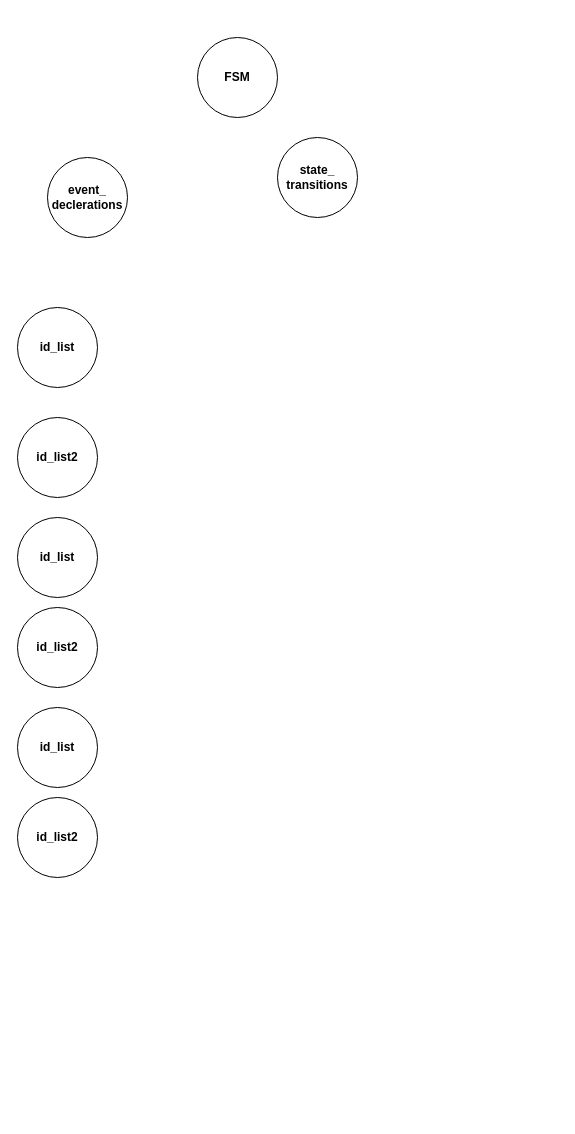
LucRome/Automaten keeps this draw.io diagram as ParserTree.drawio. Above is the earlier version. Source tidied: cells renumbered, new cells numbered last; positions are measured from the earlier drawing's top-left corner, leaving out a move shared by most shapes. Both pictures are drawn from the tidied source at 100%, with x=0, y=0 at pixel (17, 37).
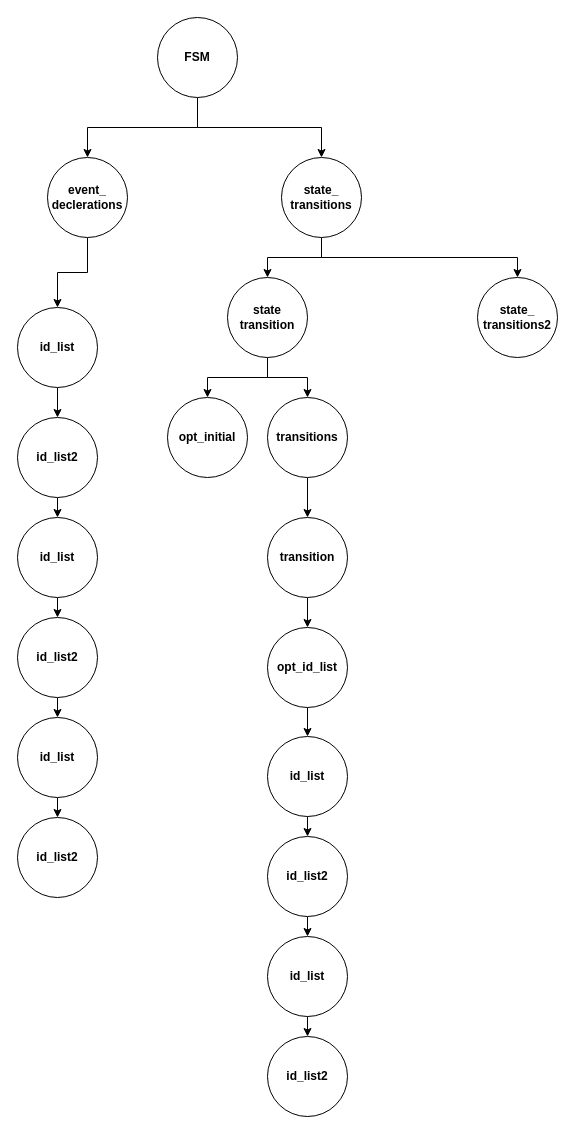
Above is the later version.

The change refers to these unchanged cells:
```xml
<mxCell id="3" value="event_&lt;br&gt;declerations" style="ellipse;whiteSpace=wrap;html=1;fontStyle=1;" parent="1" vertex="1">
  <mxGeometry x="30" y="120" width="80" height="80" as="geometry" />
</mxCell>
<mxCell id="5" value="id_list" style="ellipse;whiteSpace=wrap;html=1;fontStyle=1;" parent="1" vertex="1">
  <mxGeometry y="270" width="80" height="80" as="geometry" />
</mxCell>
<mxCell id="6" value="id_list2" style="ellipse;whiteSpace=wrap;html=1;fontStyle=1;" parent="1" vertex="1">
  <mxGeometry y="380" width="80" height="80" as="geometry" />
</mxCell>
<mxCell id="7" value="id_list" style="ellipse;whiteSpace=wrap;html=1;fontStyle=1;" parent="1" vertex="1">
  <mxGeometry y="480" width="80" height="80" as="geometry" />
</mxCell>
```

What changed in the source:
```diff
@@
+    <mxCell id="11" style="edgeStyle=orthogonalEdgeStyle;rounded=0;jettySize=auto;html=1;exitX=0.5;exitY=1;exitDx=0;exitDy=0;entryX=0.5;entryY=0;entryDx=0;entryDy=0;" parent="1" edge="1" source="2" target="3">
+      <mxGeometry relative="1" as="geometry" />
+    </mxCell>
+    <mxCell id="12" style="edgeStyle=orthogonalEdgeStyle;rounded=0;jettySize=auto;html=1;exitX=0.5;exitY=1;exitDx=0;exitDy=0;entryX=0.5;entryY=0;entryDx=0;entryDy=0;" parent="1" edge="1" source="2" target="4">
+      <mxGeometry relative="1" as="geometry" />
+    </mxCell>
     <mxCell id="2" value="FSM" style="ellipse;whiteSpace=wrap;html=1;fontStyle=1;" parent="1" vertex="1">
-      <mxGeometry x="180" width="80" height="80" as="geometry" />
+      <mxGeometry x="140" y="-20" width="80" height="80" as="geometry" />
     </mxCell>
+    <mxCell id="13" style="edgeStyle=orthogonalEdgeStyle;rounded=0;jettySize=auto;html=1;exitX=0.5;exitY=1;exitDx=0;exitDy=0;entryX=0.5;entryY=0;entryDx=0;entryDy=0;" parent="1" edge="1" source="3" target="5">
+      <mxGeometry relative="1" as="geometry" />
+    </mxCell>
@@
+    <mxCell id="14" style="edgeStyle=orthogonalEdgeStyle;rounded=0;jettySize=auto;html=1;exitX=0.5;exitY=1;exitDx=0;exitDy=0;entryX=0.5;entryY=0;entryDx=0;entryDy=0;" parent="1" edge="1" source="4" target="23">
+      <mxGeometry relative="1" as="geometry" />
+    </mxCell>
+    <mxCell id="15" style="edgeStyle=orthogonalEdgeStyle;rounded=0;jettySize=auto;html=1;exitX=0.5;exitY=1;exitDx=0;exitDy=0;" parent="1" edge="1" source="4" target="24">
+      <mxGeometry relative="1" as="geometry" />
+    </mxCell>
     <mxCell id="4" value="state_&lt;br&gt;transitions" style="ellipse;whiteSpace=wrap;html=1;fontStyle=1;" parent="1" vertex="1">
-      <mxGeometry x="260" y="100" width="80" height="80" as="geometry" />
+      <mxGeometry x="264" y="120" width="80" height="80" as="geometry" />
     </mxCell>
+    <mxCell id="16" style="edgeStyle=orthogonalEdgeStyle;rounded=0;jettySize=auto;html=1;" parent="1" edge="1" source="5" target="6">
+      <mxGeometry relative="1" as="geometry" />
+    </mxCell>
@@
+    <mxCell id="17" style="edgeStyle=orthogonalEdgeStyle;rounded=0;jettySize=auto;html=1;exitX=0.5;exitY=1;exitDx=0;exitDy=0;entryX=0.5;entryY=0;entryDx=0;entryDy=0;" parent="1" edge="1" source="6" target="7">
+      <mxGeometry relative="1" as="geometry" />
+    </mxCell>
@@
+    <mxCell id="18" style="edgeStyle=orthogonalEdgeStyle;rounded=0;jettySize=auto;html=1;exitX=0.5;exitY=1;exitDx=0;exitDy=0;entryX=0.5;entryY=0;entryDx=0;entryDy=0;" parent="1" edge="1" source="7" target="9">
+      <mxGeometry relative="1" as="geometry" />
+    </mxCell>
@@
+    <mxCell id="19" style="edgeStyle=orthogonalEdgeStyle;rounded=0;jettySize=auto;html=1;exitX=0.5;exitY=1;exitDx=0;exitDy=0;entryX=0.5;entryY=0;entryDx=0;entryDy=0;" parent="1" edge="1" source="8" target="10">
+      <mxGeometry relative="1" as="geometry" />
+    </mxCell>
     <mxCell id="8" value="id_list" style="ellipse;whiteSpace=wrap;html=1;fontStyle=1;" parent="1" vertex="1">
-      <mxGeometry y="670" width="80" height="80" as="geometry" />
+      <mxGeometry y="680" width="80" height="80" as="geometry" />
     </mxCell>
+    <mxCell id="20" style="edgeStyle=orthogonalEdgeStyle;rounded=0;jettySize=auto;html=1;exitX=0.5;exitY=1;exitDx=0;exitDy=0;entryX=0.5;entryY=0;entryDx=0;entryDy=0;" parent="1" edge="1" source="9" target="8">
+      <mxGeometry relative="1" as="geometry" />
+    </mxCell>
     <mxCell id="9" value="id_list2" style="ellipse;whiteSpace=wrap;html=1;fontStyle=1;" parent="1" vertex="1">
-      <mxGeometry y="570" width="80" height="80" as="geometry" />
+      <mxGeometry y="580" width="80" height="80" as="geometry" />
     </mxCell>
     <mxCell id="10" value="id_list2" style="ellipse;whiteSpace=wrap;html=1;fontStyle=1;" parent="1" vertex="1">
-      <mxGeometry y="760" width="80" height="80" as="geometry" />
+      <mxGeometry y="780" width="80" height="80" as="geometry" />
     </mxCell>
+    <mxCell id="21" style="edgeStyle=orthogonalEdgeStyle;rounded=0;jettySize=auto;html=1;exitX=0.5;exitY=1;exitDx=0;exitDy=0;" parent="1" edge="1" source="23" target="25">
+      <mxGeometry relative="1" as="geometry" />
+    </mxCell>
+    <mxCell id="22" style="edgeStyle=orthogonalEdgeStyle;rounded=0;jettySize=auto;html=1;exitX=0.5;exitY=1;exitDx=0;exitDy=0;entryX=0.5;entryY=0;entryDx=0;entryDy=0;" parent="1" edge="1" source="23" target="27">
+      <mxGeometry relative="1" as="geometry" />
+    </mxCell>
+    <mxCell id="23" value="state&lt;br&gt;transition" style="ellipse;whiteSpace=wrap;html=1;fontStyle=1;" parent="1" vertex="1">
+      <mxGeometry x="210" y="240" width="80" height="80" as="geometry" />
+    </mxCell>
+    <mxCell id="24" value="state_&lt;br&gt;transitions2" style="ellipse;whiteSpace=wrap;html=1;fontStyle=1;" parent="1" vertex="1">
+      <mxGeometry x="460" y="240" width="80" height="80" as="geometry" />
+    </mxCell>
+    <mxCell id="25" value="opt_initial" style="ellipse;whiteSpace=wrap;html=1;fontStyle=1;" parent="1" vertex="1">
+      <mxGeometry x="150" y="360" width="80" height="80" as="geometry" />
+    </mxCell>
+    <mxCell id="26" style="edgeStyle=orthogonalEdgeStyle;rounded=0;jettySize=auto;html=1;exitX=0.5;exitY=1;exitDx=0;exitDy=0;entryX=0.5;entryY=0;entryDx=0;entryDy=0;" parent="1" edge="1" source="27" target="29">
+      <mxGeometry relative="1" as="geometry" />
+    </mxCell>
+    <mxCell id="27" value="transitions" style="ellipse;whiteSpace=wrap;html=1;fontStyle=1;" parent="1" vertex="1">
+      <mxGeometry x="250" y="360" width="80" height="80" as="geometry" />
+    </mxCell>
+    <mxCell id="28" style="edgeStyle=orthogonalEdgeStyle;rounded=0;jettySize=auto;html=1;exitX=0.5;exitY=1;exitDx=0;exitDy=0;entryX=0.5;entryY=0;entryDx=0;entryDy=0;" parent="1" edge="1" source="29" target="31">
+      <mxGeometry relative="1" as="geometry" />
+    </mxCell>
+    <mxCell id="29" value="transition" style="ellipse;whiteSpace=wrap;html=1;fontStyle=1;" parent="1" vertex="1">
+      <mxGeometry x="250" y="480" width="80" height="80" as="geometry" />
+    </mxCell>
+    <mxCell id="30" style="edgeStyle=orthogonalEdgeStyle;rounded=0;jettySize=auto;html=1;exitX=0.5;exitY=1;exitDx=0;exitDy=0;entryX=0.5;entryY=0;entryDx=0;entryDy=0;" parent="1" edge="1" source="31" target="33">
+      <mxGeometry relative="1" as="geometry" />
+    </mxCell>
+    <mxCell id="31" value="opt_id_list" style="ellipse;whiteSpace=wrap;html=1;fontStyle=1;" parent="1" vertex="1">
+      <mxGeometry x="250" y="590" width="80" height="80" as="geometry" />
+    </mxCell>
+    <mxCell id="32" style="edgeStyle=orthogonalEdgeStyle;rounded=0;jettySize=auto;html=1;exitX=0.5;exitY=1;exitDx=0;exitDy=0;entryX=0.5;entryY=0;entryDx=0;entryDy=0;" parent="1" edge="1" source="33" target="37">
+      <mxGeometry relative="1" as="geometry" />
+    </mxCell>
+    <mxCell id="33" value="id_list" style="ellipse;whiteSpace=wrap;html=1;fontStyle=1;" parent="1" vertex="1">
+      <mxGeometry x="250" y="699" width="80" height="80" as="geometry" />
+    </mxCell>
+    <mxCell id="34" style="edgeStyle=orthogonalEdgeStyle;rounded=0;jettySize=auto;html=1;exitX=0.5;exitY=1;exitDx=0;exitDy=0;entryX=0.5;entryY=0;entryDx=0;entryDy=0;" parent="1" edge="1" source="35" target="38">
+      <mxGeometry relative="1" as="geometry" />
+    </mxCell>
+    <mxCell id="35" value="id_list" style="ellipse;whiteSpace=wrap;html=1;fontStyle=1;" parent="1" vertex="1">
+      <mxGeometry x="250" y="899" width="80" height="80" as="geometry" />
+    </mxCell>
+    <mxCell id="36" style="edgeStyle=orthogonalEdgeStyle;rounded=0;jettySize=auto;html=1;exitX=0.5;exitY=1;exitDx=0;exitDy=0;entryX=0.5;entryY=0;entryDx=0;entryDy=0;" parent="1" edge="1" source="37" target="35">
+      <mxGeometry relative="1" as="geometry" />
+    </mxCell>
+    <mxCell id="37" value="id_list2" style="ellipse;whiteSpace=wrap;html=1;fontStyle=1;" parent="1" vertex="1">
+      <mxGeometry x="250" y="799" width="80" height="80" as="geometry" />
+    </mxCell>
+    <mxCell id="38" value="id_list2" style="ellipse;whiteSpace=wrap;html=1;fontStyle=1;" parent="1" vertex="1">
+      <mxGeometry x="250" y="999" width="80" height="80" as="geometry" />
+    </mxCell>
```
